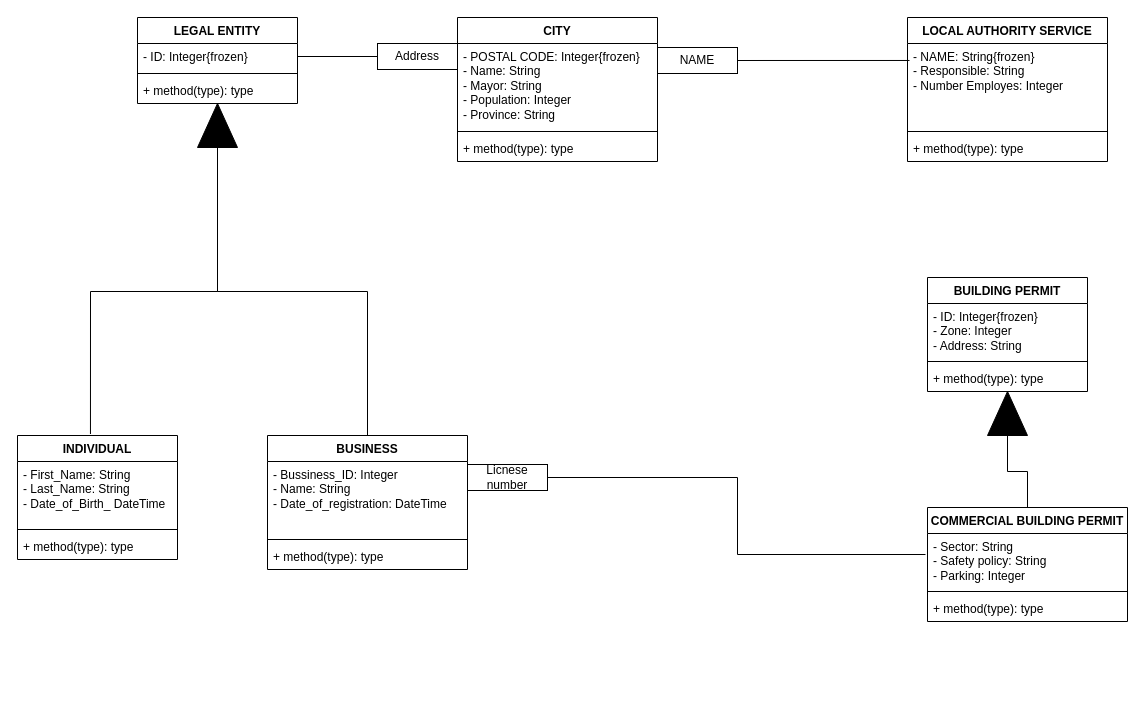
Before: question2.drawio in fragolaTJ/TTtrak, a draw.io diagram. Source tidied: cells renumbered, new cells numbered last; positions are measured from the earlier drawing's top-left corner, leaving out a move shared by most shapes. Both pictures are drawn from the tidied source at 100%, with x=0, y=0 at pixel (17, 17).
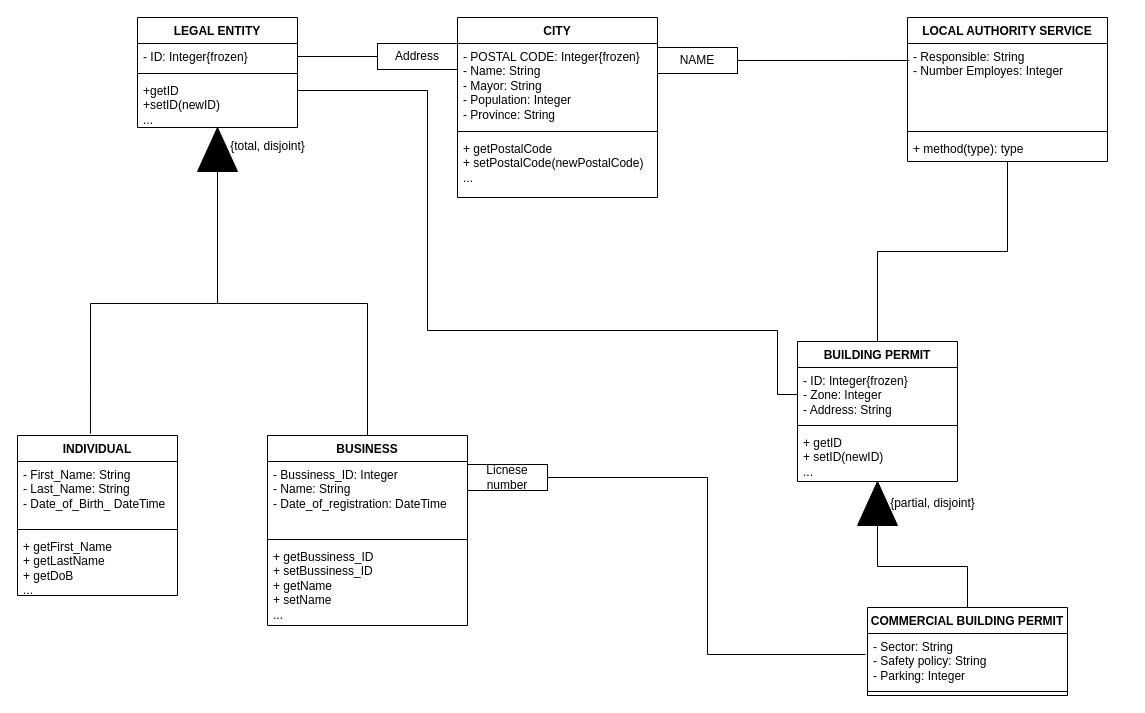
The same page after the edit.

Unchanged cells that the change refers to:
```xml
<mxCell id="22" value="&lt;div&gt;- ID: Integer{frozen}&lt;/div&gt;&lt;div&gt;- Zone: Integer&lt;/div&gt;&lt;div&gt;- Address: String&lt;br&gt;&lt;/div&gt;" style="text;strokeColor=none;fillColor=none;align=left;verticalAlign=top;spacingLeft=4;spacingRight=4;overflow=hidden;points=[[0,0.5],[1,0.5]];portConstraint=eastwest;whiteSpace=wrap;html=1;" parent="21" vertex="1">
  <mxGeometry y="26" width="160" height="54" as="geometry" />
</mxCell>
<mxCell id="31" value="LOCAL AUTHORITY SERVICE" style="swimlane;fontStyle=1;align=center;verticalAlign=top;horizontal=1;startSize=26;whiteSpace=wrap;html=1;" parent="1" vertex="1">
  <mxGeometry x="890" width="200" height="144" as="geometry" />
</mxCell>
```

Change to the diagram source:
```diff
@@
     <mxCell id="2" value="LEGAL ENTITY" style="swimlane;fontStyle=1;align=center;verticalAlign=top;horizontal=1;startSize=26;whiteSpace=wrap;html=1;" parent="1" vertex="1">
-      <mxGeometry x="120" width="160" height="86" as="geometry" />
+      <mxGeometry x="120" width="160" height="110" as="geometry" />
     </mxCell>
@@
-    <mxCell id="5" value="+ method(type): type" style="text;strokeColor=none;fillColor=none;align=left;verticalAlign=top;spacingLeft=4;spacingRight=4;overflow=hidden;points=[[0,0.5],[1,0.5]];portConstraint=eastwest;whiteSpace=wrap;html=1;" parent="2" vertex="1">
-      <mxGeometry y="60" width="160" height="26" as="geometry" />
+    <mxCell id="5" value="&lt;div&gt;+getID&lt;/div&gt;&lt;div&gt;+setID(newID)&lt;/div&gt;&lt;div&gt;...&lt;br&gt;&lt;/div&gt;" style="text;strokeColor=none;fillColor=none;align=left;verticalAlign=top;spacingLeft=4;spacingRight=4;overflow=hidden;points=[[0,0.5],[1,0.5]];portConstraint=eastwest;whiteSpace=wrap;html=1;" parent="2" vertex="1">
+      <mxGeometry y="60" width="160" height="50" as="geometry" />
     </mxCell>
     <mxCell id="6" value="CITY" style="swimlane;fontStyle=1;align=center;verticalAlign=top;horizontal=1;startSize=26;whiteSpace=wrap;html=1;" parent="1" vertex="1">
-      <mxGeometry x="440" width="200" height="144" as="geometry" />
+      <mxGeometry x="440" width="200" height="180" as="geometry" />
     </mxCell>
@@
-    <mxCell id="9" value="+ method(type): type" style="text;strokeColor=none;fillColor=none;align=left;verticalAlign=top;spacingLeft=4;spacingRight=4;overflow=hidden;whiteSpace=wrap;html=1;" parent="6" vertex="1">
-      <mxGeometry y="118" width="200" height="26" as="geometry" />
+    <mxCell id="9" value="&lt;div&gt;+ getPostalCode&lt;/div&gt;&lt;div&gt;+ setPostalCode(newPostalCode)&lt;/div&gt;&lt;div&gt;...&lt;br&gt;&lt;/div&gt;" style="text;strokeColor=none;fillColor=none;align=left;verticalAlign=top;spacingLeft=4;spacingRight=4;overflow=hidden;whiteSpace=wrap;html=1;" parent="6" vertex="1">
+      <mxGeometry y="118" width="200" height="62" as="geometry" />
     </mxCell>
@@
     <mxCell id="11" style="triangle;whiteSpace=wrap;html=1;direction=north;fillColor=#000000;" parent="1" vertex="1">
-      <mxGeometry x="180" y="86" width="40" height="44" as="geometry" />
+      <mxGeometry x="180" y="110" width="40" height="44" as="geometry" />
     </mxCell>
     <mxCell id="12" value="INDIVIDUAL" style="swimlane;fontStyle=1;align=center;verticalAlign=top;horizontal=1;startSize=26;whiteSpace=wrap;html=1;" parent="1" vertex="1">
-      <mxGeometry y="418" width="160" height="124" as="geometry" />
+      <mxGeometry y="418" width="160" height="160" as="geometry" />
     </mxCell>
@@
-    <mxCell id="15" value="+ method(type): type" style="text;strokeColor=none;fillColor=none;align=left;verticalAlign=top;spacingLeft=4;spacingRight=4;overflow=hidden;whiteSpace=wrap;html=1;" parent="12" vertex="1">
-      <mxGeometry y="98" width="160" height="26" as="geometry" />
+    <mxCell id="15" value="&lt;div&gt;+ getFirst_Name&lt;/div&gt;&lt;div&gt;+ getLastName&lt;/div&gt;&lt;div&gt;+ getDoB&lt;br&gt;&lt;/div&gt;&lt;div&gt;...&lt;br&gt;&lt;/div&gt;" style="text;strokeColor=none;fillColor=none;align=left;verticalAlign=top;spacingLeft=4;spacingRight=4;overflow=hidden;whiteSpace=wrap;html=1;" parent="12" vertex="1">
+      <mxGeometry y="98" width="160" height="62" as="geometry" />
     </mxCell>
     <mxCell id="16" value="BUSINESS" style="swimlane;fontStyle=1;align=center;verticalAlign=top;horizontal=1;startSize=26;whiteSpace=wrap;html=1;" parent="1" vertex="1">
-      <mxGeometry x="250" y="418" width="200" height="134" as="geometry" />
+      <mxGeometry x="250" y="418" width="200" height="190" as="geometry" />
     </mxCell>
@@
-    <mxCell id="19" value="+ method(type): type" style="text;strokeColor=none;fillColor=none;align=left;verticalAlign=top;spacingLeft=4;spacingRight=4;overflow=hidden;whiteSpace=wrap;html=1;" parent="16" vertex="1">
-      <mxGeometry y="108" width="200" height="26" as="geometry" />
+    <mxCell id="19" value="&lt;div&gt;+ getBussiness_ID&lt;/div&gt;&lt;div&gt;+ setBussiness_ID&lt;/div&gt;&lt;div&gt;+ getName&lt;/div&gt;&lt;div&gt;+ setName&lt;/div&gt;&lt;div&gt;...&lt;br&gt;&lt;/div&gt;" style="text;strokeColor=none;fillColor=none;align=left;verticalAlign=top;spacingLeft=4;spacingRight=4;overflow=hidden;whiteSpace=wrap;html=1;" parent="16" vertex="1">
+      <mxGeometry y="108" width="200" height="82" as="geometry" />
     </mxCell>
@@
     <mxCell id="21" value="BUILDING PERMIT" style="swimlane;fontStyle=1;align=center;verticalAlign=top;horizontal=1;startSize=26;whiteSpace=wrap;html=1;" parent="1" vertex="1">
-      <mxGeometry x="910" y="260" width="160" height="114" as="geometry" />
+      <mxGeometry x="780" y="324" width="160" height="140" as="geometry" />
     </mxCell>
@@
-    <mxCell id="24" value="+ method(type): type" style="text;strokeColor=none;fillColor=none;align=left;verticalAlign=top;spacingLeft=4;spacingRight=4;overflow=hidden;whiteSpace=wrap;html=1;" parent="21" vertex="1">
-      <mxGeometry y="88" width="160" height="26" as="geometry" />
+    <mxCell id="24" value="&lt;div&gt;+ getID&lt;/div&gt;&lt;div&gt;+ setID(newID)&lt;/div&gt;&lt;div&gt;...&lt;br&gt;&lt;/div&gt;" style="text;strokeColor=none;fillColor=none;align=left;verticalAlign=top;spacingLeft=4;spacingRight=4;overflow=hidden;whiteSpace=wrap;html=1;" parent="21" vertex="1">
+      <mxGeometry y="88" width="160" height="52" as="geometry" />
     </mxCell>
     <mxCell id="25" value="COMMERCIAL BUILDING PERMIT" style="swimlane;fontStyle=1;align=center;verticalAlign=top;horizontal=1;startSize=26;whiteSpace=wrap;html=1;" parent="1" vertex="1">
-      <mxGeometry x="910" y="490" width="200" height="114" as="geometry" />
+      <mxGeometry x="850" y="590" width="200" height="88" as="geometry" />
     </mxCell>
@@
-    <mxCell id="28" value="+ method(type): type" style="text;strokeColor=none;fillColor=none;align=left;verticalAlign=top;spacingLeft=4;spacingRight=4;overflow=hidden;whiteSpace=wrap;html=1;" parent="25" vertex="1">
-      <mxGeometry y="88" width="200" height="26" as="geometry" />
-    </mxCell>
@@
     <mxCell id="30" style="triangle;whiteSpace=wrap;html=1;direction=north;fillColor=#000000;" parent="1" vertex="1">
-      <mxGeometry x="970" y="374" width="40" height="44" as="geometry" />
+      <mxGeometry x="840" y="464" width="40" height="44" as="geometry" />
     </mxCell>
+    <mxCell id="41" style="edgeStyle=orthogonalEdgeStyle;rounded=0;jettySize=auto;html=1;exitX=0.5;exitY=1;exitDx=0;exitDy=0;entryX=0.5;entryY=0;entryDx=0;entryDy=0;endArrow=none;endFill=0;" parent="1" edge="1" source="31" target="21">
+      <mxGeometry relative="1" as="geometry" />
+    </mxCell>
@@
-    <mxCell id="32" value="&lt;div&gt;- NAME: String{frozen}&lt;/div&gt;&lt;div&gt;- Responsible: String&lt;/div&gt;&lt;div&gt;- Number Employes: Integer&lt;/div&gt;" style="text;strokeColor=none;fillColor=none;align=left;verticalAlign=top;spacingLeft=4;spacingRight=4;overflow=hidden;points=[[0,0.5],[1,0.5]];portConstraint=eastwest;whiteSpace=wrap;html=1;" parent="31" vertex="1">
+    <mxCell id="32" value="&lt;div&gt;- Responsible: String&lt;/div&gt;&lt;div&gt;- Number Employes: Integer&lt;/div&gt;" style="text;strokeColor=none;fillColor=none;align=left;verticalAlign=top;spacingLeft=4;spacingRight=4;overflow=hidden;points=[[0,0.5],[1,0.5]];portConstraint=eastwest;whiteSpace=wrap;html=1;" parent="31" vertex="1">
       <mxGeometry y="26" width="200" height="84" as="geometry" />
     </mxCell>
@@
+    <mxCell id="42" style="edgeStyle=orthogonalEdgeStyle;rounded=0;jettySize=auto;html=1;exitX=1;exitY=0.5;exitDx=0;exitDy=0;entryX=0;entryY=0.5;entryDx=0;entryDy=0;endArrow=none;endFill=0;" parent="1" edge="1" source="5" target="22">
+      <mxGeometry relative="1" as="geometry">
+        <Array as="points">
+          <mxPoint x="280" y="73" />
+          <mxPoint x="410" y="73" />
+          <mxPoint x="410" y="313" />
+          <mxPoint x="760" y="313" />
+          <mxPoint x="760" y="377" />
+        </Array>
+      </mxGeometry>
+    </mxCell>
+    <mxCell id="43" value="{total, disjoint}" style="text;html=1;align=center;verticalAlign=middle;strokeColor=none;fillColor=none;" parent="1" vertex="1">
+      <mxGeometry x="200" y="114" width="100" height="30" as="geometry" />
+    </mxCell>
+    <mxCell id="44" value="{partial, disjoint}" style="text;html=1;align=center;verticalAlign=middle;strokeColor=none;fillColor=none;" parent="1" vertex="1">
+      <mxGeometry x="860" y="471" width="110" height="30" as="geometry" />
+    </mxCell>
```
